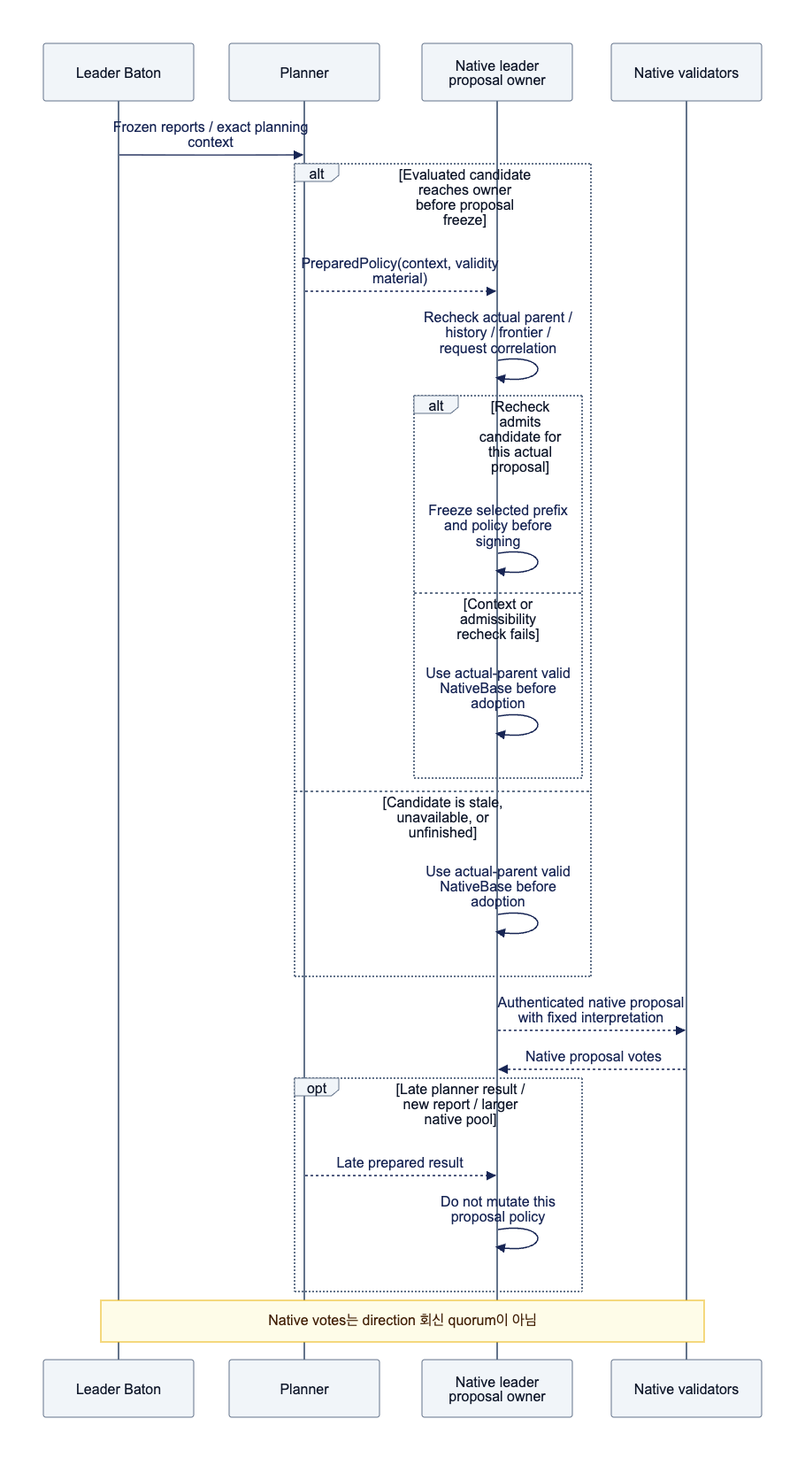
The Mermaid diagram docs/assets/diagrams/diagram-12.png in djm07073/baton-research, before a commit. Its source is kept beside it as docs/assets/diagrams/diagram-12.mmd. Its diagram source:
```mermaid
sequenceDiagram
    participant L as Leader Baton
    participant P as Planner
    participant N as Native leader proposal owner
    participant V as Native validators
    L->>P: Frozen reports / exact planning context
    alt Evaluated candidate reaches owner before proposal freeze
        P-->>N: PreparedPolicy(context, validity material)
        N->>N: Recheck actual parent / history / frontier / request correlation
        alt Recheck admits candidate for this actual proposal
            N->>N: Freeze selected prefix and policy before signing
        else Context or admissibility recheck fails
            N->>N: Use actual-parent valid NativeBase before adoption
        end
    else Candidate is stale, unavailable, or unfinished
        N->>N: Use actual-parent valid NativeBase before adoption
    end
    N-->>V: Authenticated native proposal with fixed interpretation
    V-->>N: Native proposal votes
    opt Late planner result / new report / larger native pool
        P-->>N: Late prepared result
        N->>N: Do not mutate this proposal policy
    end
    Note over L,V: Native votes는 direction 회신 quorum이 아님
```
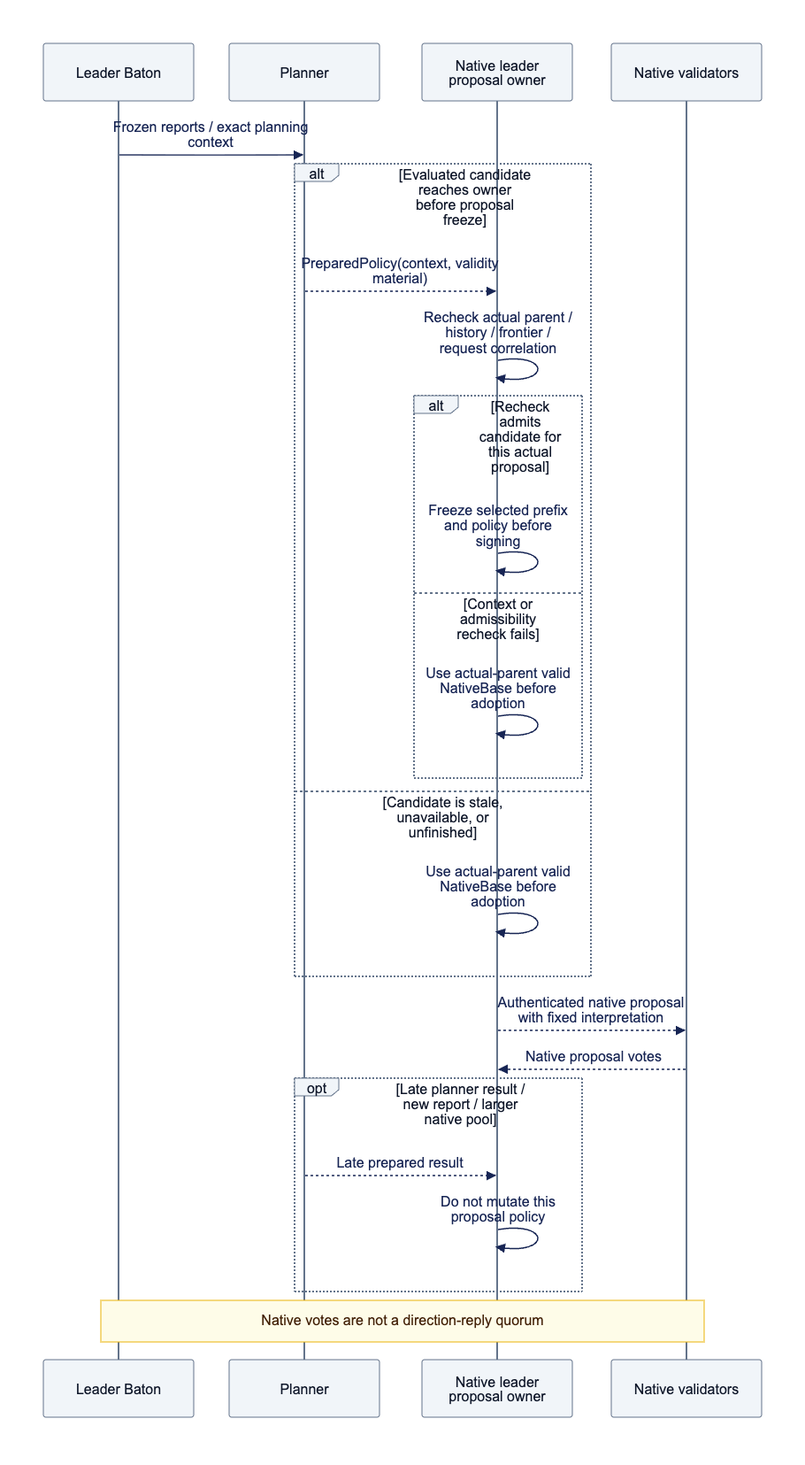
After the change.

The edit, as a diff of the source:
```diff
@@ -21,4 +21,4 @@
         P-->>N: Late prepared result
         N->>N: Do not mutate this proposal policy
     end
-    Note over L,V: Native votes는 direction 회신 quorum이 아님
+    Note over L,V: Native votes are not a direction-reply quorum
```
